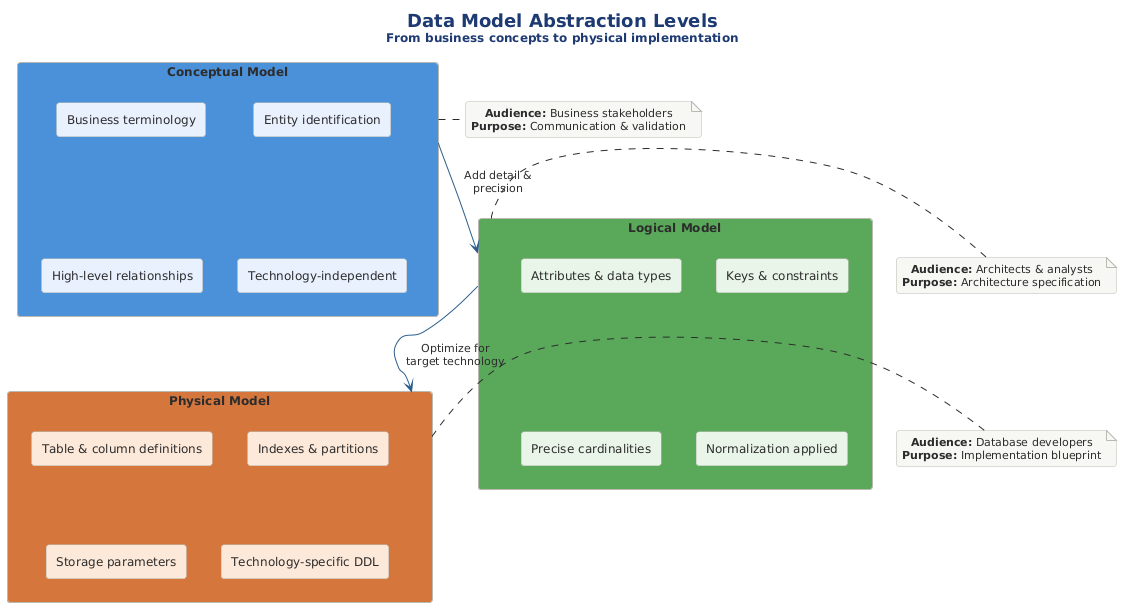
Notoriousjayy/latex-docs keeps this PlantUML diagram as src/architecture/views-and-beyond/style-catalogs/module/data-model-style/png/01-abstraction-levels.png. Above is the earlier version. Source of this version:
```plantuml
@startuml 01-abstraction-levels
!include ../../../../../../tooling/styles/plantuml/structural/component-diagram-style.iuml

!define ACCENT #4A90D9
!define LIGHT #E8F0FE
!define MID #A8C8E8
!define DARK #2C5F8A
!define GRAY #F5F5F5
!define BORDER #3A3A3A

title <size:18><b>Data Model Abstraction Levels</b></size>\n<size:12>From business concepts to physical implementation</size>

rectangle "**Conceptual Model**" as CM ACCENT {
  rectangle "Business terminology" as C1 LIGHT
  rectangle "Entity identification" as C2 LIGHT
  rectangle "High-level relationships" as C3 LIGHT
  rectangle "Technology-independent" as C4 LIGHT
}

rectangle "**Logical Model**" as LM #5BA85B {
  rectangle "Attributes & data types" as L1 #E8F5E8
  rectangle "Keys & constraints" as L2 #E8F5E8
  rectangle "Precise cardinalities" as L3 #E8F5E8
  rectangle "Normalization applied" as L4 #E8F5E8
}

rectangle "**Physical Model**" as PM #D4763C {
  rectangle "Table & column definitions" as P1 #FDE8D8
  rectangle "Indexes & partitions" as P2 #FDE8D8
  rectangle "Storage parameters" as P3 #FDE8D8
  rectangle "Technology-specific DDL" as P4 #FDE8D8
}

CM -[DARK]-> LM : "  Add detail &\n  precision  "
LM -[DARK]-> PM : "  Optimize for\n  target technology  "

note right of CM
  **Audience:** Business stakeholders
  **Purpose:** Communication & validation
end note

note right of LM
  **Audience:** Architects & analysts
  **Purpose:** Architecture specification
end note

note right of PM
  **Audience:** Database developers
  **Purpose:** Implementation blueprint
end note

@enduml
```
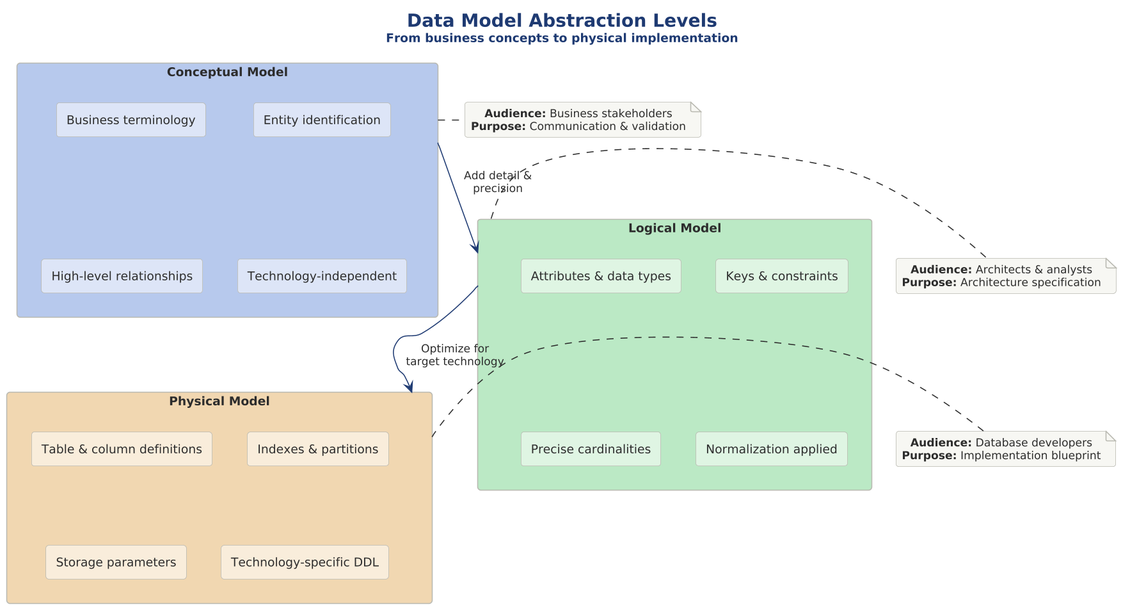
Later version of the same file.

The edit, as a diff of the source:
```diff
@@ -1,12 +1,17 @@
 @startuml 01-abstraction-levels
+
+skinparam dpi 150
+
+
+
 !include ../../../../../../tooling/styles/plantuml/structural/component-diagram-style.iuml
 
-!define ACCENT #4A90D9
-!define LIGHT #E8F0FE
-!define MID #A8C8E8
-!define DARK #2C5F8A
-!define GRAY #F5F5F5
-!define BORDER #3A3A3A
+!define ACCENT $deep_primary
+!define LIGHT $fill_primary
+!define MID $deep_primary
+!define DARK $line_primary
+!define GRAY $theme_surface
+!define BORDER $line_primary
 
 title <size:18><b>Data Model Abstraction Levels</b></size>\n<size:12>From business concepts to physical implementation</size>
 
@@ -17,18 +22,18 @@
   rectangle "Technology-independent" as C4 LIGHT
 }
 
-rectangle "**Logical Model**" as LM #5BA85B {
-  rectangle "Attributes & data types" as L1 #E8F5E8
-  rectangle "Keys & constraints" as L2 #E8F5E8
-  rectangle "Precise cardinalities" as L3 #E8F5E8
-  rectangle "Normalization applied" as L4 #E8F5E8
+rectangle "**Logical Model**" as LM $deep_ok {
+  rectangle "Attributes & data types" as L1 $fill_ok
+  rectangle "Keys & constraints" as L2 $fill_ok
+  rectangle "Precise cardinalities" as L3 $fill_ok
+  rectangle "Normalization applied" as L4 $fill_ok
 }
 
-rectangle "**Physical Model**" as PM #D4763C {
-  rectangle "Table & column definitions" as P1 #FDE8D8
-  rectangle "Indexes & partitions" as P2 #FDE8D8
-  rectangle "Storage parameters" as P3 #FDE8D8
-  rectangle "Technology-specific DDL" as P4 #FDE8D8
+rectangle "**Physical Model**" as PM $deep_caution {
+  rectangle "Table & column definitions" as P1 $fill_caution
+  rectangle "Indexes & partitions" as P2 $fill_caution
+  rectangle "Storage parameters" as P3 $fill_caution
+  rectangle "Technology-specific DDL" as P4 $fill_caution
 }
 
 CM -[DARK]-> LM : "  Add detail &\n  precision  "
```
